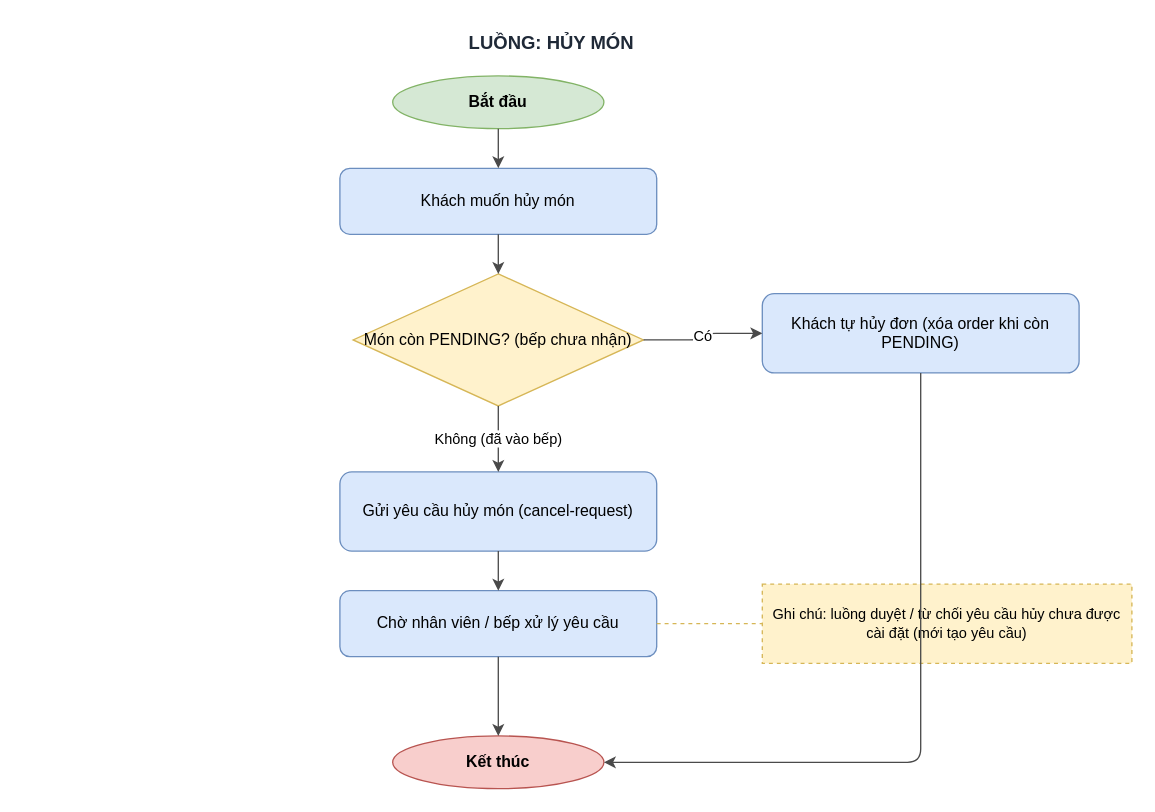
Before: page "6. Huy mon" (6 of 6) of docs/diagrams/luong-chuc-nang-chinh.drawio in thanhhoa3514/restaurant-management, a draw.io diagram. Source tidied: cells renumbered, new cells numbered last; positions are measured from the earlier drawing's top-left corner, leaving out a move shared by most shapes. Both pictures are drawn from the tidied source at 132%, with x=0, y=0 at pixel (22, 22).
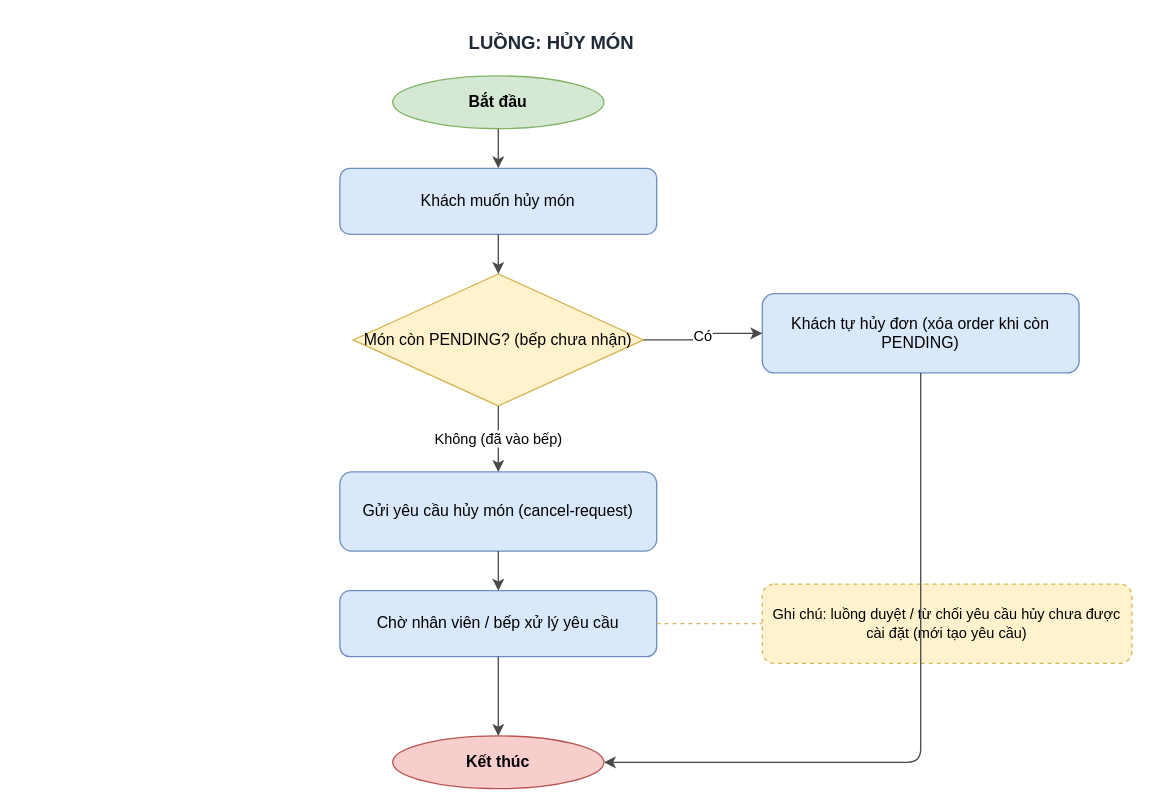
The same diagram, later.

Diff of the diagram source:
```diff
@@
 <mxGraphModel>
   <root>
     <mxCell id="0" />
     <mxCell id="1" parent="0" />
     <mxCell id="2" value="LUỒNG: HỦY MÓN" style="text;html=1;align=center;fontSize=14;fontStyle=1;fontColor=#1F2937;" parent="1" vertex="1">
       <mxGeometry width="800" height="24" as="geometry" />
     </mxCell>
     <mxCell id="3" value="Bắt đầu" style="ellipse;whiteSpace=wrap;html=1;fillColor=#D5E8D4;strokeColor=#82B366;fontStyle=1;" parent="1" vertex="1">
       <mxGeometry x="280" y="40" width="160" height="40" as="geometry" />
     </mxCell>
     <mxCell id="4" value="Khách muốn hủy món" style="rounded=1;whiteSpace=wrap;html=1;fillColor=#DAE8FC;strokeColor=#6C8EBF;" parent="1" vertex="1">
       <mxGeometry x="240" y="110" width="240" height="50" as="geometry" />
     </mxCell>
     <mxCell id="5" value="Món còn PENDING? (bếp chưa nhận)" style="rhombus;whiteSpace=wrap;html=1;fillColor=#FFF2CC;strokeColor=#D6B656;" parent="1" vertex="1">
       <mxGeometry x="250" y="190" width="220" height="100" as="geometry" />
     </mxCell>
     <mxCell id="6" value="Khách tự hủy đơn (xóa order khi còn PENDING)" style="rounded=1;whiteSpace=wrap;html=1;fillColor=#DAE8FC;strokeColor=#6C8EBF;" parent="1" vertex="1">
       <mxGeometry x="560" y="205" width="240" height="60" as="geometry" />
     </mxCell>
     <mxCell id="7" value="Gửi yêu cầu hủy món (cancel-request)" style="rounded=1;whiteSpace=wrap;html=1;fillColor=#DAE8FC;strokeColor=#6C8EBF;" parent="1" vertex="1">
       <mxGeometry x="240" y="340" width="240" height="60" as="geometry" />
     </mxCell>
     <mxCell id="8" value="Chờ nhân viên / bếp xử lý yêu cầu" style="rounded=1;whiteSpace=wrap;html=1;fillColor=#DAE8FC;strokeColor=#6C8EBF;" parent="1" vertex="1">
       <mxGeometry x="240" y="430" width="240" height="50" as="geometry" />
     </mxCell>
-    <mxCell id="9" value="Ghi chú: luồng duyệt / từ chối yêu cầu hủy chưa được cài đặt (mới tạo yêu cầu)" style="rounded=0;whiteSpace=wrap;html=1;dashed=1;fillColor=#FFF2CC;strokeColor=#D6B656;fontSize=11;" parent="1" vertex="1">
+    <mxCell id="9" value="Ghi chú: luồng duyệt / từ chối yêu cầu hủy chưa được cài đặt (mới tạo yêu cầu)" style="rounded=1;whiteSpace=wrap;html=1;dashed=1;fillColor=#FFF2CC;strokeColor=#D6B656;fontSize=11;" parent="1" vertex="1">
       <mxGeometry x="560" y="425" width="280" height="60" as="geometry" />
     </mxCell>
     <mxCell id="10" value="Kết thúc" style="ellipse;whiteSpace=wrap;html=1;fillColor=#F8CECC;strokeColor=#B85450;fontStyle=1;" parent="1" vertex="1">
       <mxGeometry x="280" y="540" width="160" height="40" as="geometry" />
     </mxCell>
     <mxCell id="11" style="edgeStyle=orthogonalEdgeStyle;html=1;endArrow=classic;strokeColor=#4A4A4A;" parent="1" edge="1" source="3" target="4">
       <mxGeometry relative="1" as="geometry" />
     </mxCell>
     <mxCell id="12" style="edgeStyle=orthogonalEdgeStyle;html=1;endArrow=classic;strokeColor=#4A4A4A;" parent="1" edge="1" source="4" target="5">
       <mxGeometry relative="1" as="geometry" />
     </mxCell>
     <mxCell id="13" value="Có" style="edgeStyle=orthogonalEdgeStyle;html=1;endArrow=classic;strokeColor=#4A4A4A;" parent="1" edge="1" source="5" target="6">
       <mxGeometry relative="1" as="geometry" />
     </mxCell>
     <mxCell id="14" value="Không (đã vào bếp)" style="edgeStyle=orthogonalEdgeStyle;html=1;endArrow=classic;strokeColor=#4A4A4A;" parent="1" edge="1" source="5" target="7">
       <mxGeometry relative="1" as="geometry" />
     </mxCell>
     <mxCell id="15" style="edgeStyle=orthogonalEdgeStyle;html=1;endArrow=classic;strokeColor=#4A4A4A;" parent="1" edge="1" source="7" target="8">
       <mxGeometry relative="1" as="geometry" />
     </mxCell>
     <mxCell id="16" style="edgeStyle=orthogonalEdgeStyle;html=1;endArrow=classic;strokeColor=#4A4A4A;" parent="1" edge="1" source="8" target="10">
       <mxGeometry relative="1" as="geometry" />
     </mxCell>
     <mxCell id="17" style="edgeStyle=orthogonalEdgeStyle;html=1;endArrow=classic;strokeColor=#4A4A4A;exitX=0.5;exitY=1;entryX=1;entryY=0.5;" parent="1" edge="1" source="6" target="10">
       <mxGeometry relative="1" as="geometry" />
     </mxCell>
     <mxCell id="18" style="edgeStyle=orthogonalEdgeStyle;html=1;endArrow=none;dashed=1;strokeColor=#D6B656;exitX=1;exitY=0.5;entryX=0;entryY=0.5;" parent="1" edge="1" source="8" target="9">
       <mxGeometry relative="1" as="geometry" />
     </mxCell>
   </root>
 </mxGraphModel>
```
